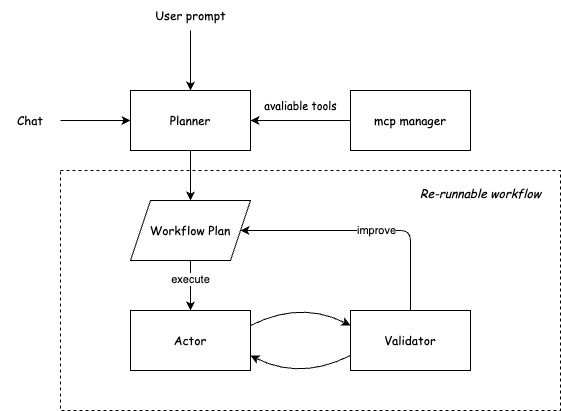
Above: source/img/2025-03-17-planner-actor-validator-flow/architecture.png in Wh1isper/wh1isper.github.io (draw.io), before the change. Source tidied: cells renumbered, new cells last; positions are measured from the earlier drawing's top-left corner, leaving out a move shared by most shapes.
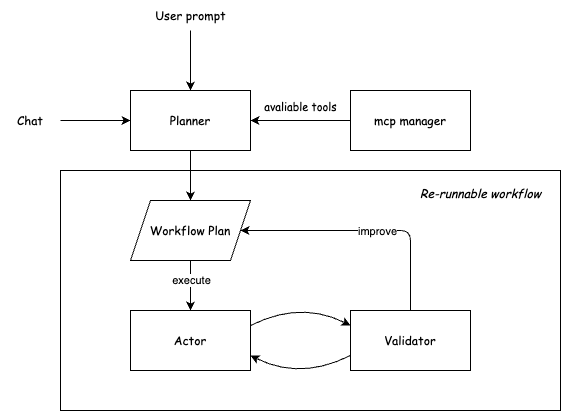
Later version of the same file.

Change to the diagram source:
```diff
@@ -2,7 +2,7 @@
   <root>
     <mxCell id="0" />
     <mxCell id="1" parent="0" />
-    <mxCell id="2" style="rounded=0;whiteSpace=wrap;html=1;dashed=1;fontFamily=Comic Sans MS;" parent="1" vertex="1">
+    <mxCell id="2" style="rounded=0;whiteSpace=wrap;html=1;fontFamily=Comic Sans MS;" parent="1" vertex="1">
       <mxGeometry x="60" y="170" width="500" height="240" as="geometry" />
     </mxCell>
     <mxCell id="3" style="edgeStyle=none;html=1;fontFamily=Comic Sans MS;" parent="1" edge="1" source="4" target="9">
```
